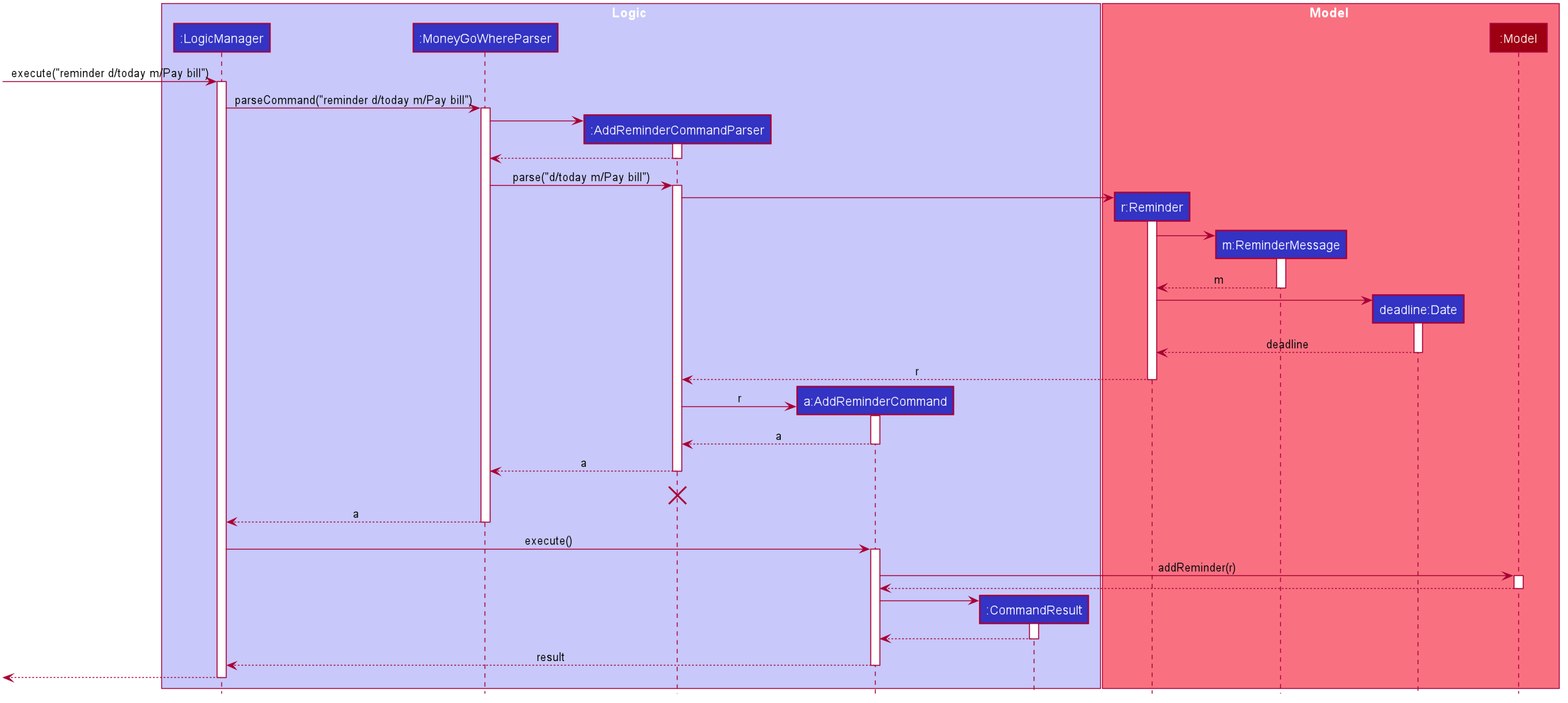
Before: docs/images/AddReminderSequenceDiagram.png, a diagram exported from PlantUML (nus-cs2103-AY1920S1/addressbook-level3). The source it was exported from:
```plantuml
@startuml








skinparam BackgroundColor #FFFFFFF

skinparam Shadowing false

skinparam Class {
    FontColor #FFFFFF
    BorderThickness 1
    BorderColor #FFFFFF
    StereotypeFontColor #FFFFFF
    FontName Arial
}

skinparam Actor {
    BorderColor #000000
    Color #000000
    FontName Arial
}

skinparam Sequence {
    MessageAlign center
    BoxFontSize 15
    BoxPadding 0
    BoxFontColor #FFFFFF
    FontName Arial
}

skinparam Participant {
    FontColor #FFFFFFF
    Padding 20
}

skinparam MinClassWidth 50
skinparam ParticipantPadding 10
skinparam Shadowing false
skinparam DefaultTextAlignment center
skinparam packageStyle Rectangle

hide footbox
hide members
hide circle

box Logic #C8C8FA
participant ":LogicManager" as LogicManager #3333C4
participant ":MoneyGoWhereParser" as MoneyGoWhereParser #3333C4
participant ":AddReminderCommandParser" as AddReminderCommandParser #3333C4
participant "a:AddReminderCommand" as AddReminderCommand #3333C4
participant ":CommandResult" as CommandResult #3333C4
end box

box Model #F97181
participant "r:Reminder" as Reminder #3333C4
participant "m:ReminderMessage" as ReminderMessage #3333C4
participant "deadline:Date" as Date #3333C4
participant ":Model" as Model #9D0012
end box

[-> LogicManager : execute("reminder d/today m/Pay bill")
activate LogicManager

LogicManager -> MoneyGoWhereParser : parseCommand("reminder d/today m/Pay bill")
activate MoneyGoWhereParser

create AddReminderCommandParser
MoneyGoWhereParser -> AddReminderCommandParser
activate AddReminderCommandParser

AddReminderCommandParser --> MoneyGoWhereParser
deactivate AddReminderCommandParser

MoneyGoWhereParser -> AddReminderCommandParser : parse("d/today m/Pay bill")
activate AddReminderCommandParser

create Reminder
AddReminderCommandParser -> Reminder
activate Reminder

create ReminderMessage
Reminder -> ReminderMessage
activate ReminderMessage

ReminderMessage --> Reminder : m
deactivate ReminderMessage

create Date
Reminder -> Date
activate Date

Date --> Reminder : deadline
deactivate Date

Reminder --> AddReminderCommandParser : r
deactivate Reminder

create AddReminderCommand
AddReminderCommandParser -> AddReminderCommand : r
activate AddReminderCommand

AddReminderCommand --> AddReminderCommandParser : a
deactivate AddReminderCommand

AddReminderCommandParser --> MoneyGoWhereParser : a
deactivate AddReminderCommandParser
AddReminderCommandParser -[hidden]-> AddReminderCommandParser
destroy AddReminderCommandParser

MoneyGoWhereParser --> LogicManager : a
deactivate MoneyGoWhereParser

LogicManager -> AddReminderCommand : execute()
activate AddReminderCommand

AddReminderCommand -> Model : addReminder(r)
activate Model

Model --> AddReminderCommand
deactivate Model

Create CommandResult
AddReminderCommand -> CommandResult
activate CommandResult

CommandResult --> AddReminderCommand
deactivate CommandResult

AddReminderCommand --> LogicManager : result
deactivate AddReminderCommand

[<--LogicManager
deactivate LogicManager
@enduml
```
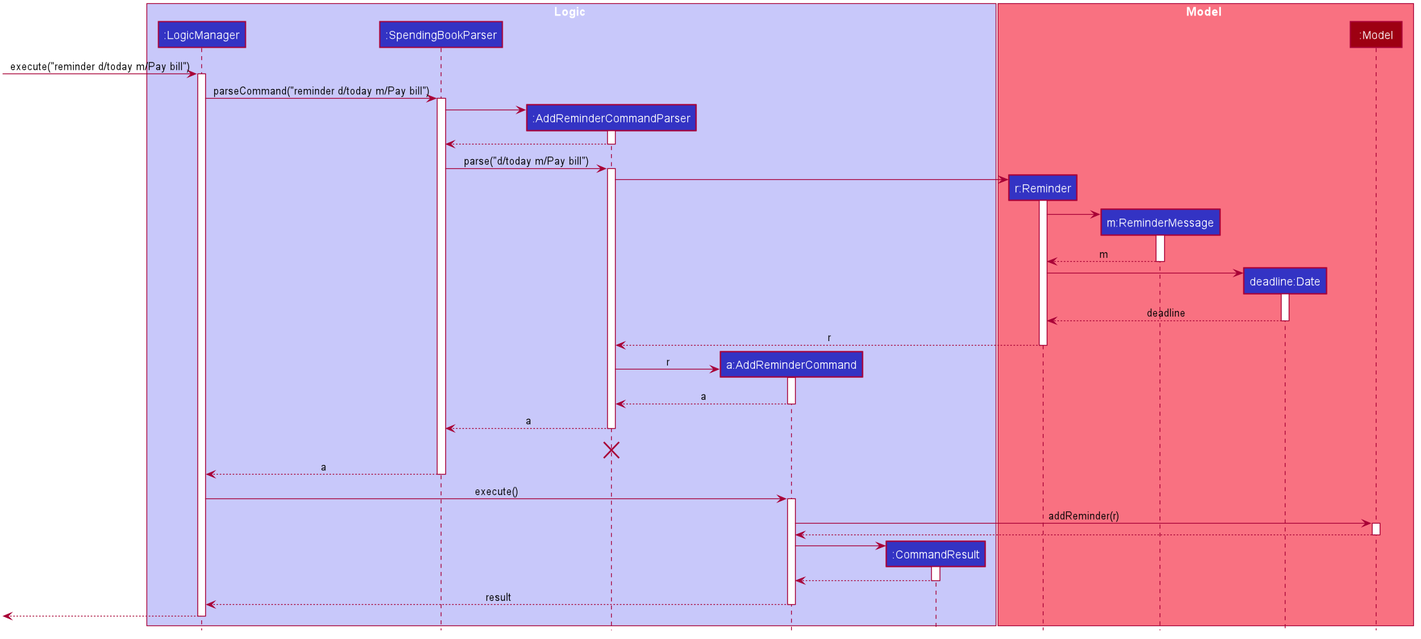
After the commit.

Diff of the diagram source:
```diff
@@ -50,7 +50,7 @@
 
 box Logic #C8C8FA
 participant ":LogicManager" as LogicManager #3333C4
-participant ":MoneyGoWhereParser" as MoneyGoWhereParser #3333C4
+participant ":SpendingBookParser" as SpendingBookParser #3333C4
 participant ":AddReminderCommandParser" as AddReminderCommandParser #3333C4
 participant "a:AddReminderCommand" as AddReminderCommand #3333C4
 participant ":CommandResult" as CommandResult #3333C4
@@ -66,17 +66,17 @@
 [-> LogicManager : execute("reminder d/today m/Pay bill")
 activate LogicManager
 
-LogicManager -> MoneyGoWhereParser : parseCommand("reminder d/today m/Pay bill")
-activate MoneyGoWhereParser
+LogicManager -> SpendingBookParser : parseCommand("reminder d/today m/Pay bill")
+activate SpendingBookParser
 
 create AddReminderCommandParser
-MoneyGoWhereParser -> AddReminderCommandParser
+SpendingBookParser -> AddReminderCommandParser
 activate AddReminderCommandParser
 
-AddReminderCommandParser --> MoneyGoWhereParser
+AddReminderCommandParser --> SpendingBookParser
 deactivate AddReminderCommandParser
 
-MoneyGoWhereParser -> AddReminderCommandParser : parse("d/today m/Pay bill")
+SpendingBookParser -> AddReminderCommandParser : parse("d/today m/Pay bill")
 activate AddReminderCommandParser
 
 create Reminder
@@ -107,13 +107,13 @@
 AddReminderCommand --> AddReminderCommandParser : a
 deactivate AddReminderCommand
 
-AddReminderCommandParser --> MoneyGoWhereParser : a
+AddReminderCommandParser --> SpendingBookParser : a
 deactivate AddReminderCommandParser
 AddReminderCommandParser -[hidden]-> AddReminderCommandParser
 destroy AddReminderCommandParser
 
-MoneyGoWhereParser --> LogicManager : a
-deactivate MoneyGoWhereParser
+SpendingBookParser --> LogicManager : a
+deactivate SpendingBookParser
 
 LogicManager -> AddReminderCommand : execute()
 activate AddReminderCommand
```
